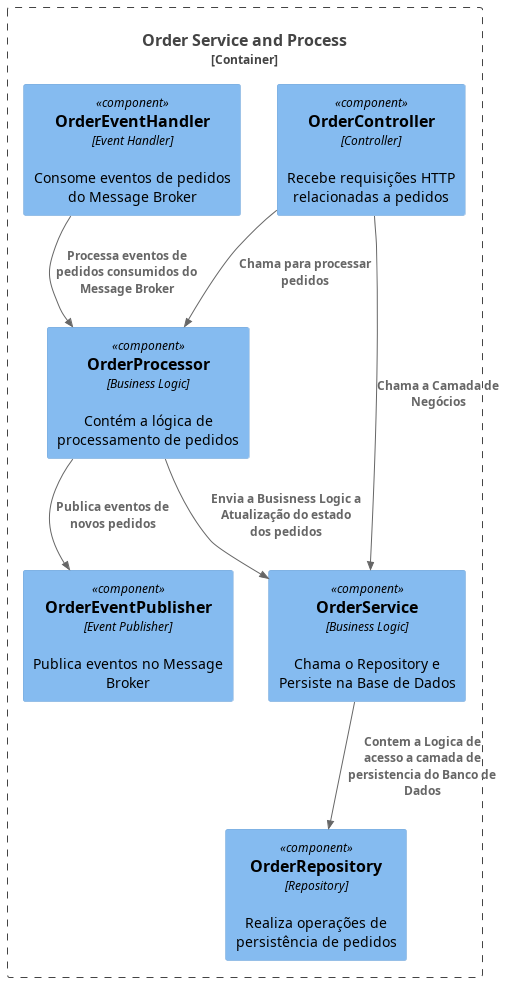
Above: assets/diagrams/out/n4-code-inventory/Code n4.png in jnerydesigner/Bemol (PlantUML), before the change.
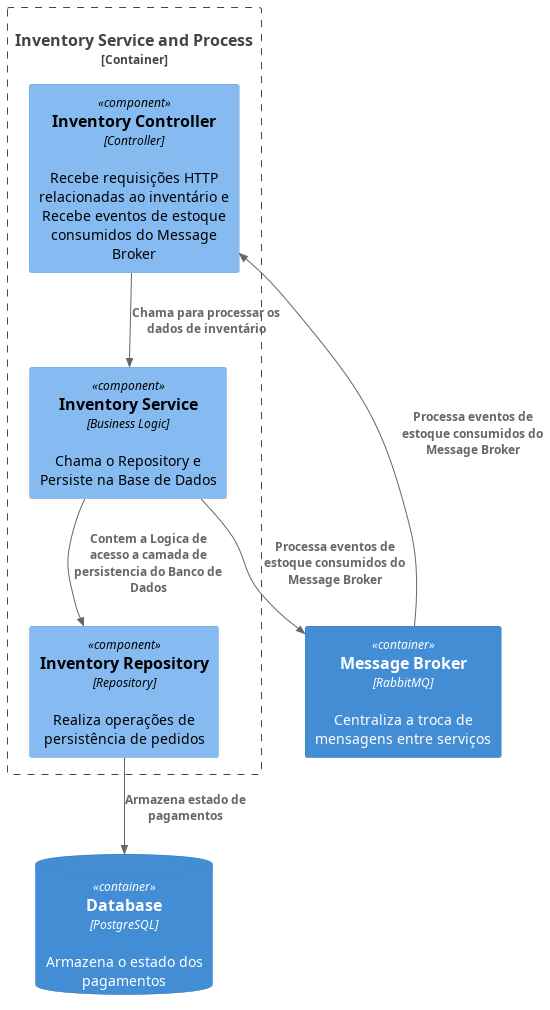
After the change.

Diff of the diagram source:
```diff
@@ -1,21 +1,19 @@
 @startuml Code n4
 !include https://raw.githubusercontent.com/plantuml-stdlib/C4-PlantUML/master/C4_Component.puml
 
-Container_Boundary(orderServiceAndProcess, "Order Service and Process") {
-    Component(orderController, "OrderController", "Controller", "Recebe requisições HTTP relacionadas a pedidos")
-    Component(orderEventHandler, "OrderEventHandler", "Event Handler", "Consome eventos de pedidos do Message Broker")
-    Component(orderRepository, "OrderRepository", "Repository", "Realiza operações de persistência de pedidos")
-    Component(orderProcessor, "OrderProcessor", "Business Logic", "Contém a lógica de processamento de pedidos")
-    Component(orderEventPublisher, "OrderEventPublisher", "Event Publisher", "Publica eventos no Message Broker")
-    Component(orderService, "OrderService", "Business Logic", "Chama o Repository e Persiste na Base de Dados")
+Container_Boundary(inventoryServiceAndProcess, "Inventory Service and Process") {
+    Component(inventoryController, "Inventory Controller", "Controller", "Recebe requisições HTTP relacionadas ao inventário e Recebe eventos de estoque consumidos do Message Broker")
+    Component(inventoryRepository, "Inventory Repository", "Repository", "Realiza operações de persistência de pedidos")
+    Component(inventoryService, "Inventory Service", "Business Logic", "Chama o Repository e Persiste na Base de Dados")
 }
 
+ Container(broker, "Message Broker", "RabbitMQ", "Centraliza a troca de mensagens entre serviços")
+ContainerDb(database, "Database", "PostgreSQL", "Armazena o estado dos pagamentos")
 
-Rel(orderController, orderProcessor, "Chama para processar pedidos")
-Rel(orderProcessor, orderService, "Envia a Busisness Logic a Atualização do estado dos pedidos")
-Rel(orderProcessor, orderEventPublisher, "Publica eventos de novos pedidos")
-Rel(orderEventHandler, orderProcessor, "Processa eventos de pedidos consumidos do Message Broker")
-Rel(orderController, orderService, "Chama a Camada de Negócios")
-Rel(orderService, orderRepository, "Contem a Logica de acesso a camada de persistencia do Banco de Dados")
+Rel(broker, inventoryController, "Processa eventos de estoque consumidos do Message Broker")
+Rel(inventoryController, inventoryService, "Chama para processar os dados de inventário")
+Rel(inventoryService, inventoryRepository, "Contem a Logica de acesso a camada de persistencia do Banco de Dados")
+Rel(inventoryService, broker, "Processa eventos de estoque consumidos do Message Broker")
+Rel(inventoryRepository, database, "Armazena estado de pagamentos")
 
 @enduml
```
